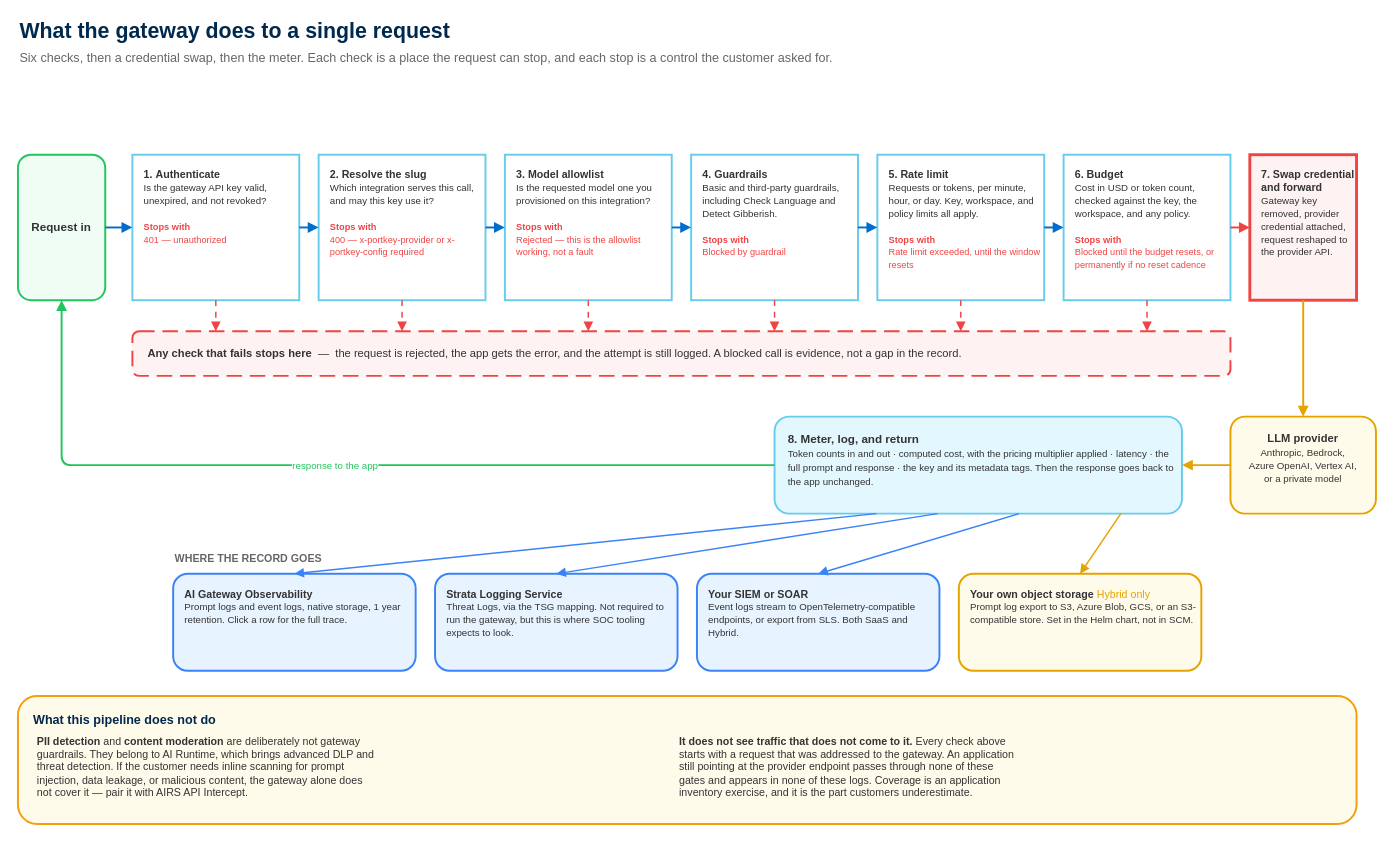
jollymahn/pan-implementation-guides keeps this draw.io diagram as guides/ai-gateway/diagrams/aigw-request-lifecycle.drawio. Above is the earlier version. Source tidied: cells renumbered, new cells numbered last; positions are measured from the earlier drawing's top-left corner, leaving out a move shared by most shapes. Both pictures are drawn from the tidied source at 97%, with x=0, y=0 at pixel (17, 16).
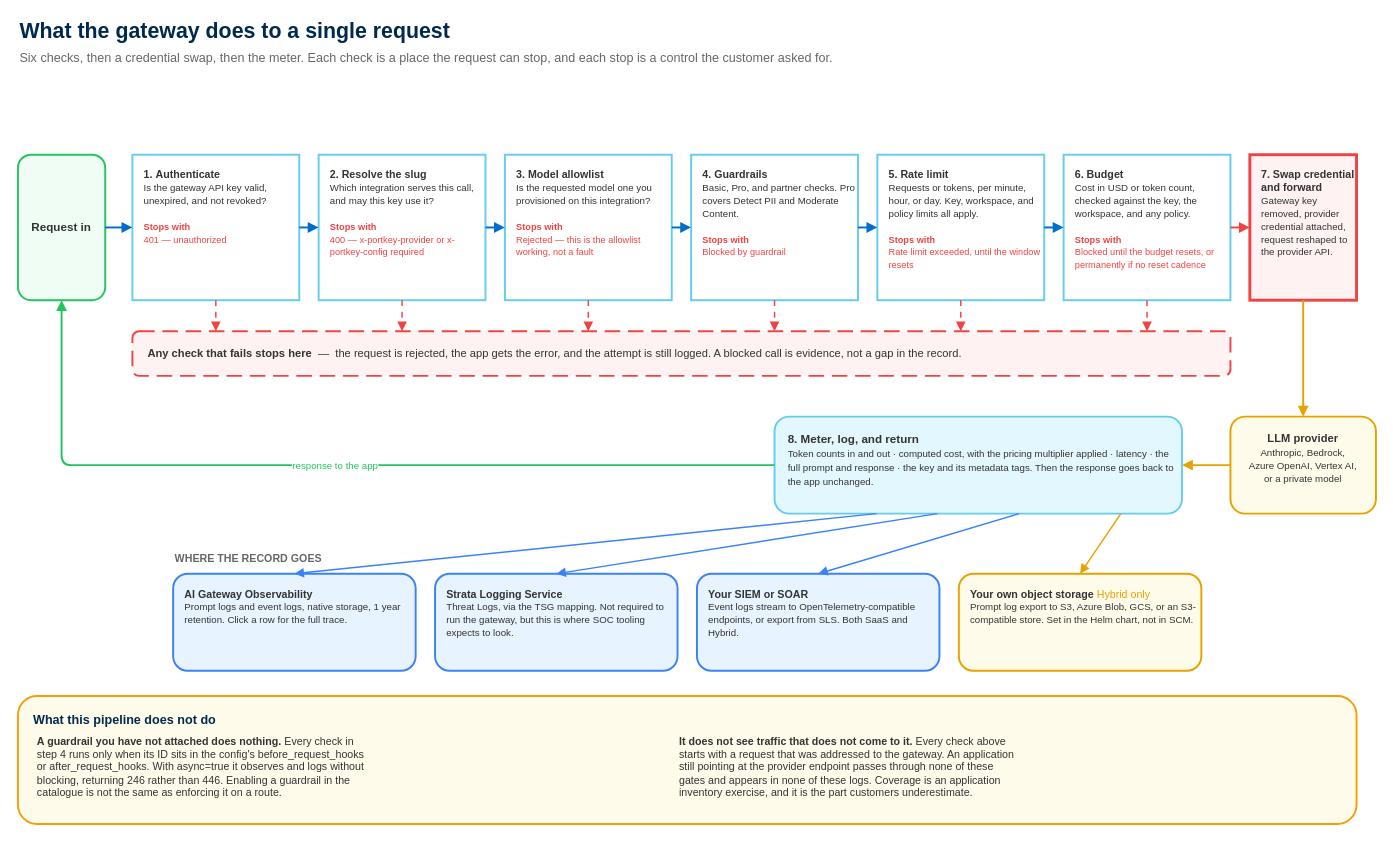
The same diagram, later.

What changed in the source:
```diff
@@
-    <mxCell id="8" value="&lt;b&gt;4. Guardrails&lt;/b&gt;&lt;br&gt;&lt;font style=&quot;font-size:10px&quot;&gt;Basic and third-party guardrails, including Check Language and Detect Gibberish.&lt;/font&gt;&lt;br&gt;&lt;br&gt;&lt;font style=&quot;font-size:9.5px;color:#ef4444&quot;&gt;&lt;b&gt;Stops with&lt;/b&gt;&lt;br&gt;Blocked by guardrail&lt;/font&gt;" style="rounded=0;whiteSpace=wrap;html=1;fillColor=#FFFFFF;strokeColor=#66CCEE;strokeWidth=2;fontSize=11;fontFamily=Helvetica;align=left;verticalAlign=top;spacingLeft=10;spacingTop=8;fontColor=#333333;" parent="1" vertex="1">
+    <mxCell id="8" value="&lt;b&gt;4. Guardrails&lt;/b&gt;&lt;br&gt;&lt;font style=&quot;font-size:10px&quot;&gt;Basic, Pro, and partner checks. Pro covers Detect PII and Moderate Content.&lt;/font&gt;&lt;br&gt;&lt;br&gt;&lt;font style=&quot;font-size:9.5px;color:#ef4444&quot;&gt;&lt;b&gt;Stops with&lt;/b&gt;&lt;br&gt;Blocked by guardrail&lt;/font&gt;" style="rounded=0;whiteSpace=wrap;html=1;fillColor=#FFFFFF;strokeColor=#66CCEE;strokeWidth=2;fontSize=11;fontFamily=Helvetica;align=left;verticalAlign=top;spacingLeft=10;spacingTop=8;fontColor=#333333;" parent="1" vertex="1">
       <mxGeometry x="694" y="142" width="172" height="150" as="geometry" />
     </mxCell>
@@
-    <mxCell id="41" value="&lt;b&gt;PII detection&lt;/b&gt; and &lt;b&gt;content moderation&lt;/b&gt; are deliberately not gateway&lt;br&gt;guardrails. They belong to AI Runtime, which brings advanced DLP and&lt;br&gt;threat detection. If the customer needs inline scanning for prompt&lt;br&gt;injection, data leakage, or malicious content, the gateway alone does&lt;br&gt;not cover it — pair it with AIRS API Intercept." style="text;html=1;align=left;verticalAlign=top;fontSize=11;fontFamily=Helvetica;fontColor=#333333;" parent="1" vertex="1">
+    <mxCell id="41" value="&lt;b&gt;A guardrail you have not attached does nothing.&lt;/b&gt; Every check in&lt;br&gt;step 4 runs only when its ID sits in the config's before_request_hooks&lt;br&gt;or after_request_hooks. With async=true it observes and logs without&lt;br&gt;blocking, returning 246 rather than 446. Enabling a guardrail in the&lt;br&gt;catalogue is not the same as enforcing it on a route." style="text;html=1;align=left;verticalAlign=top;fontSize=11;fontFamily=Helvetica;fontColor=#333333;" parent="1" vertex="1">
       <mxGeometry x="18" y="734" width="620" height="90" as="geometry" />
     </mxCell>
```
